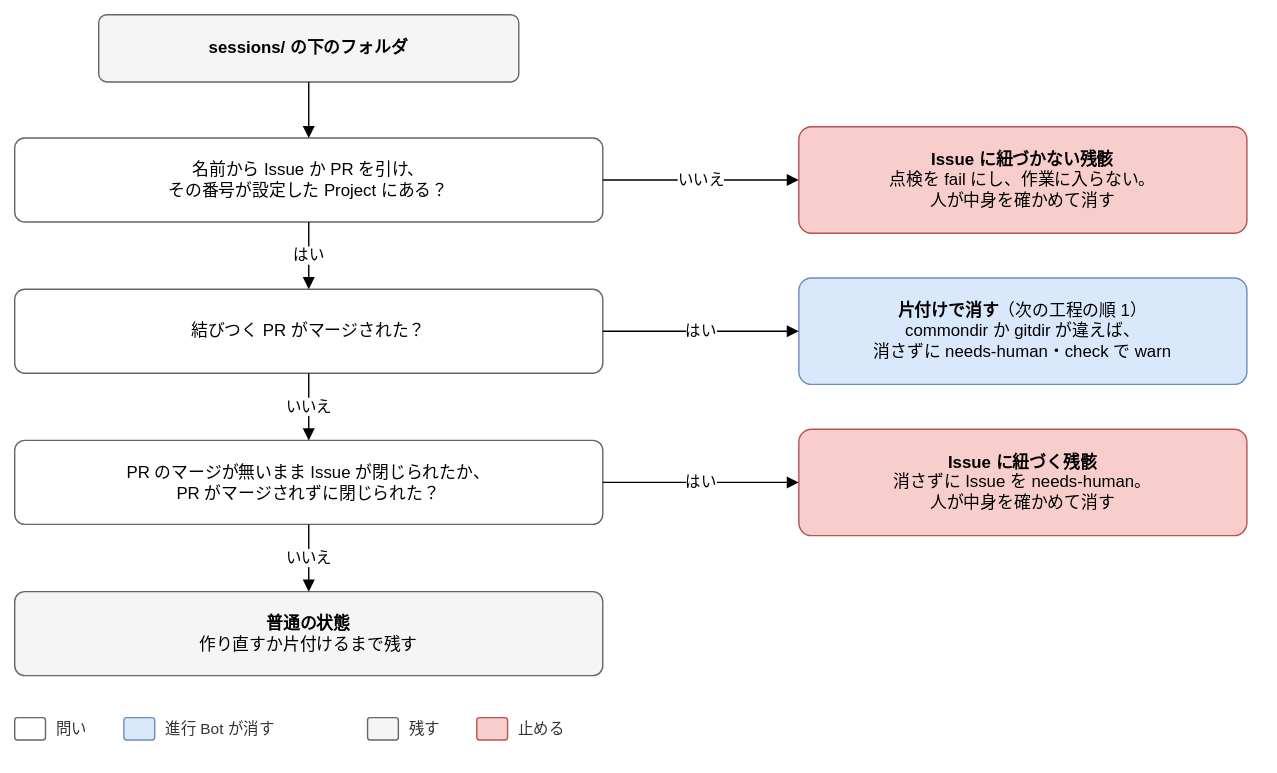
Above: docs/design/basic/diagrams/02-workspace-residue.drawio.svg in Joymerrevent/dev-autopilot (draw.io), before the change. Source tidied: cells renumbered, new cells last; positions are measured from the earlier drawing's top-left corner, leaving out a move shared by most shapes.
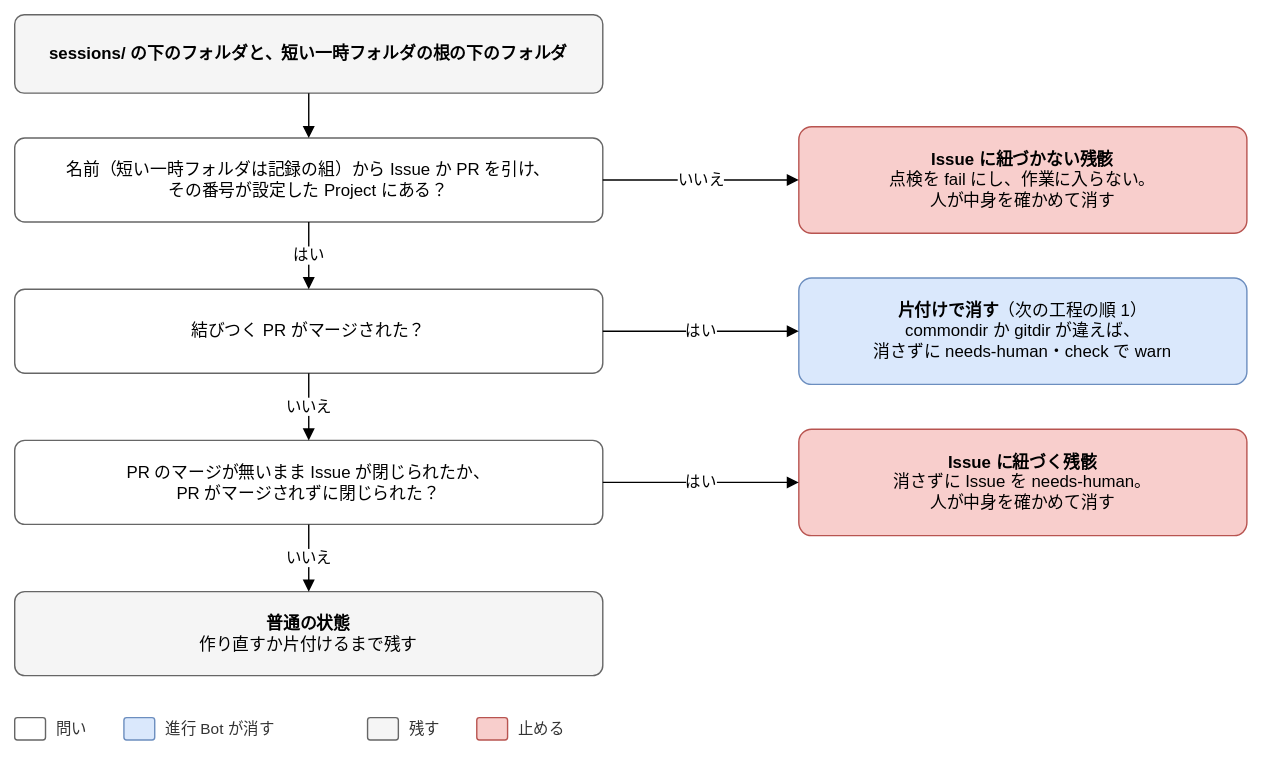
Later version of the same file.

Change to the diagram source:
```diff
@@ -2,10 +2,10 @@
   <root>
     <mxCell id="0" />
     <mxCell id="1" parent="0" />
-    <mxCell id="2" value="&lt;b&gt;sessions/ の下のフォルダ&lt;/b&gt;" style="rounded=1;whiteSpace=wrap;html=1;fontSize=12;arcSize=12;spacing=12;fillColor=#f5f5f5;strokeColor=#666666;" parent="1" vertex="1">
-      <mxGeometry x="60" width="300" height="48" as="geometry" />
+    <mxCell id="2" value="&lt;b&gt;sessions/ の下のフォルダと、短い一時フォルダの根の下のフォルダ&lt;/b&gt;" style="rounded=1;whiteSpace=wrap;html=1;fontSize=12;arcSize=12;spacing=12;fillColor=#f5f5f5;strokeColor=#666666;" parent="1" vertex="1">
+      <mxGeometry width="420" height="56" as="geometry" />
     </mxCell>
-    <mxCell id="3" value="名前から Issue か PR を引け、&lt;br&gt;その番号が設定した Project にある？" style="rounded=1;whiteSpace=wrap;html=1;fontSize=12;arcSize=12;spacing=12;fillColor=#ffffff;strokeColor=#666666;" parent="1" vertex="1">
+    <mxCell id="3" value="名前（短い一時フォルダは記録の組）から Issue か PR を引け、&lt;br&gt;その番号が設定した Project にある？" style="rounded=1;whiteSpace=wrap;html=1;fontSize=12;arcSize=12;spacing=12;fillColor=#ffffff;strokeColor=#666666;" parent="1" vertex="1">
       <mxGeometry y="88" width="420" height="60" as="geometry" />
     </mxCell>
     <mxCell id="4" value="結びつく PR がマージされた？" style="rounded=1;whiteSpace=wrap;html=1;fontSize=12;arcSize=12;spacing=12;fillColor=#ffffff;strokeColor=#666666;" parent="1" vertex="1">
```
